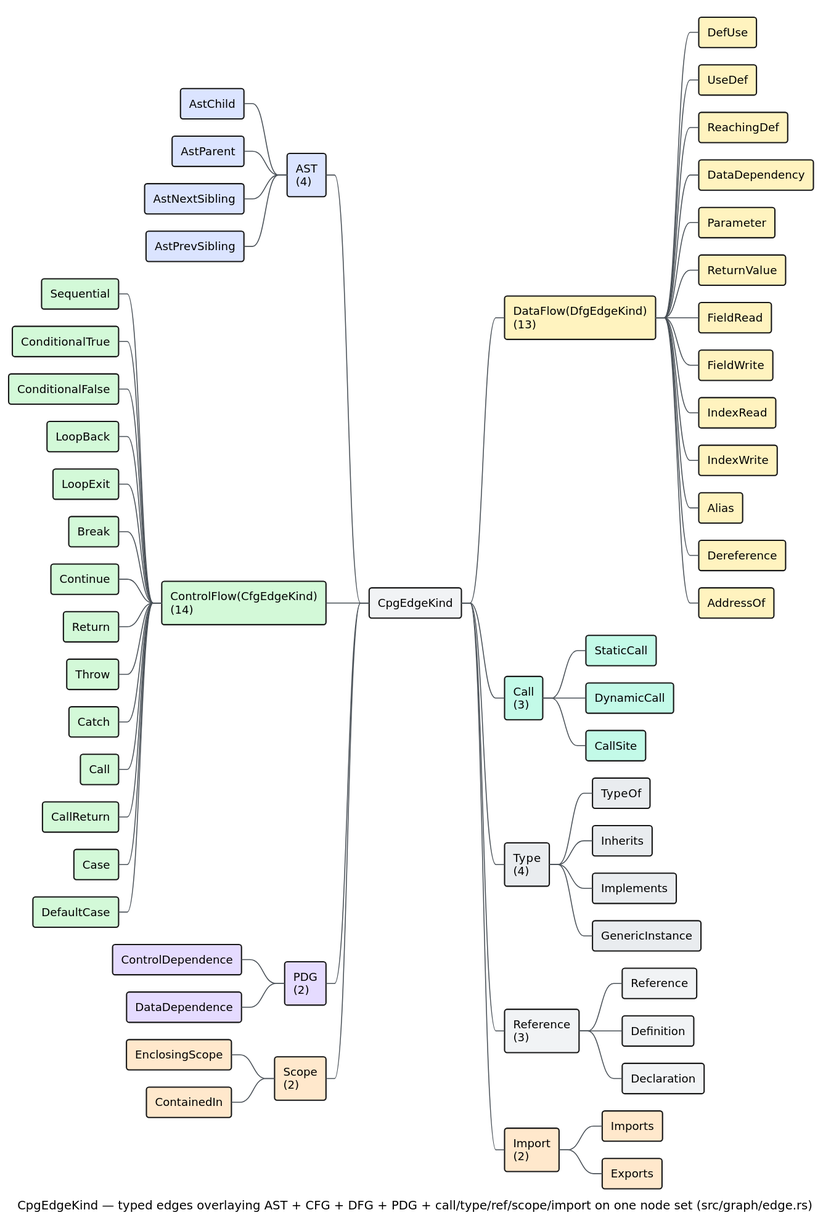
vinary-tree/libcpg keeps this PlantUML diagram as docs/diagrams/edge-kind-taxonomy.svg. Above is the earlier version. Its source is kept beside it as docs/diagrams/edge-kind-taxonomy.puml.
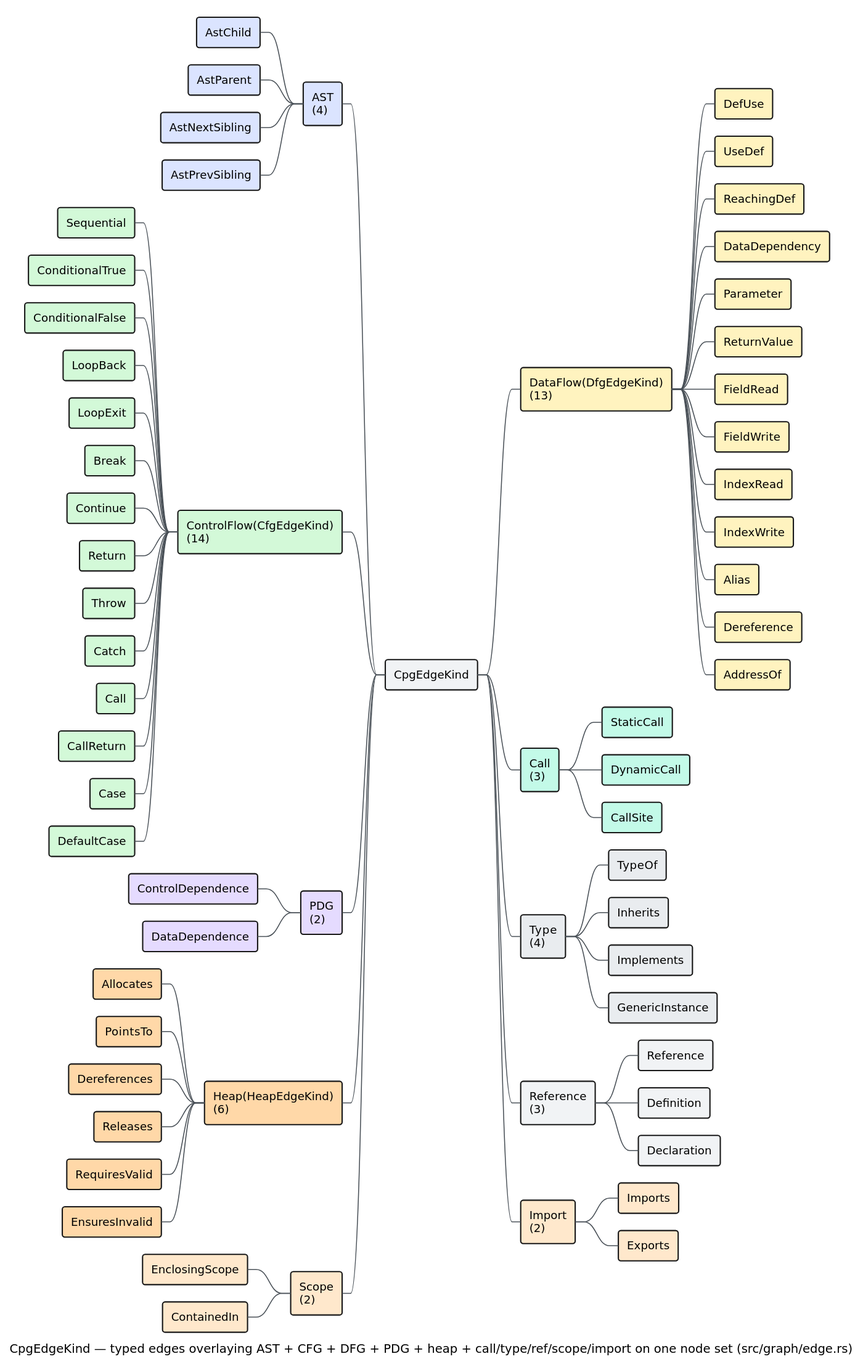
Later version of the same file.

Diff of the diagram source:
```diff
@@ -1,6 +1,6 @@
 @startmindmap
 !include _libcpg-theme.iuml
-caption CpgEdgeKind — typed edges overlaying AST + CFG + DFG + PDG + call/type/ref/scope/import on one node set (src/graph/edge.rs)
+caption CpgEdgeKind — typed edges overlaying AST + CFG + DFG + PDG + heap + call/type/ref/scope/import on one node set (src/graph/edge.rs)
 
 *[#F1F3F5] CpgEdgeKind
 
@@ -31,6 +31,14 @@
 **[#E5DBFF] PDG\n(2)
 ***[#E5DBFF] ControlDependence
 ***[#E5DBFF] DataDependence
+
+**[#FFD8A8] Heap(HeapEdgeKind)\n(6)
+***[#FFD8A8] Allocates
+***[#FFD8A8] PointsTo
+***[#FFD8A8] Dereferences
+***[#FFD8A8] Releases
+***[#FFD8A8] RequiresValid
+***[#FFD8A8] EnsuresInvalid
 
 **[#FFE8CC] Scope\n(2)
 ***[#FFE8CC] EnclosingScope
```
